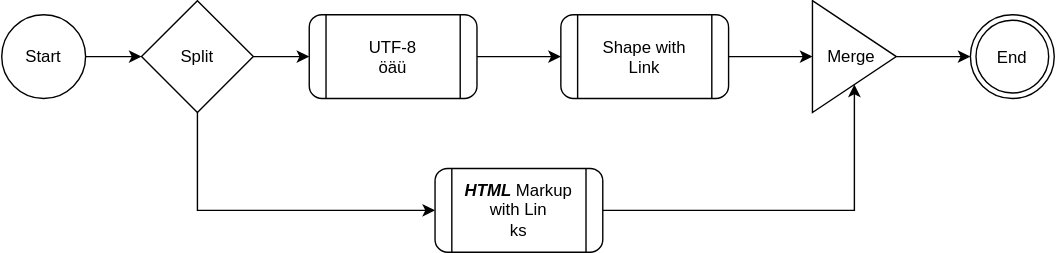
Above: xx.svg in itmorn/AI.handbook (draw.io), before the change. Source tidied: cells renumbered, new cells last; positions are measured from the earlier drawing's top-left corner, leaving out a move shared by most shapes.
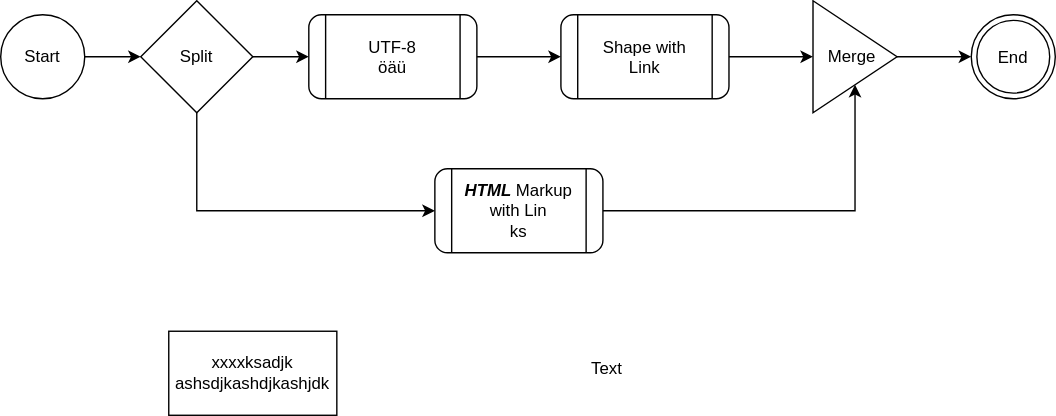
Later version of the same file.

Diff of the diagram source:
```diff
@@ -56,5 +56,11 @@
     <mxCell id="15" style="edgeStyle=orthogonalEdgeStyle;rounded=0;html=1;jettySize=auto;" parent="1" edge="1" source="11" target="14">
       <mxGeometry relative="1" as="geometry" />
     </mxCell>
+    <mxCell id="16" value="xxxxksadjk&lt;br&gt;ashsdjkashdjkashjdk" style="rounded=0;whiteSpace=wrap;html=1;" parent="1" vertex="1">
+      <mxGeometry x="120" y="236" width="120" height="60" as="geometry" />
+    </mxCell>
+    <mxCell id="17" value="Text" style="text;html=1;strokeColor=none;fillColor=none;align=center;verticalAlign=middle;whiteSpace=wrap;rounded=0;" parent="1" vertex="1">
+      <mxGeometry x="413" y="253" width="40" height="20" as="geometry" />
+    </mxCell>
   </root>
 </mxGraphModel>
```
